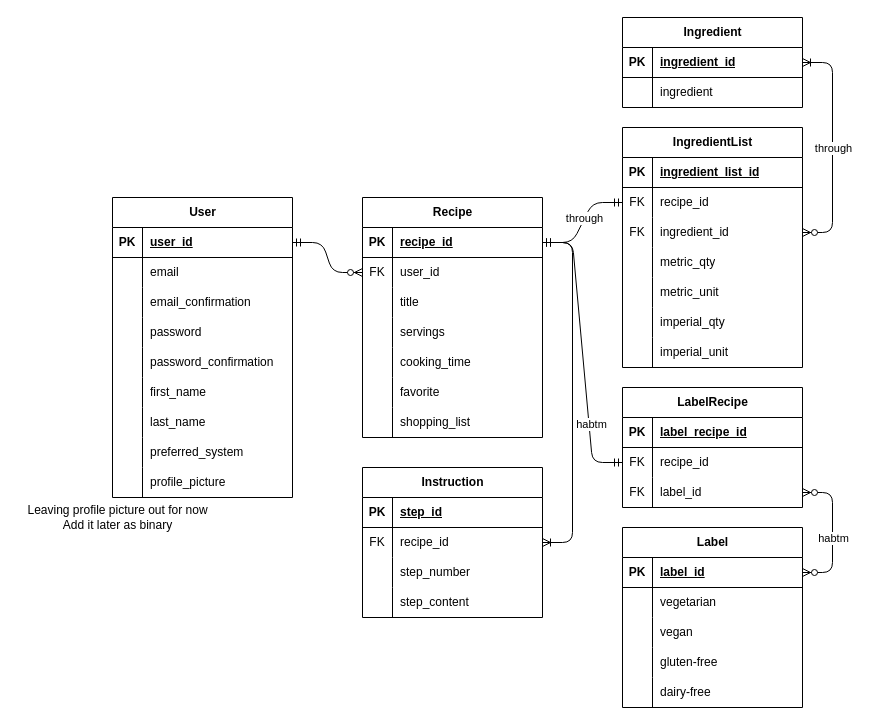
The draw.io diagram schema.drawio in AlineTaylor/recipe-manager-api, before the edit. Source tidied: cells renumbered, new cells numbered last; positions are measured from the earlier drawing's top-left corner, leaving out a move shared by most shapes. Both pictures are drawn from the tidied source at 100%, with x=0, y=0 at pixel (17, 17).
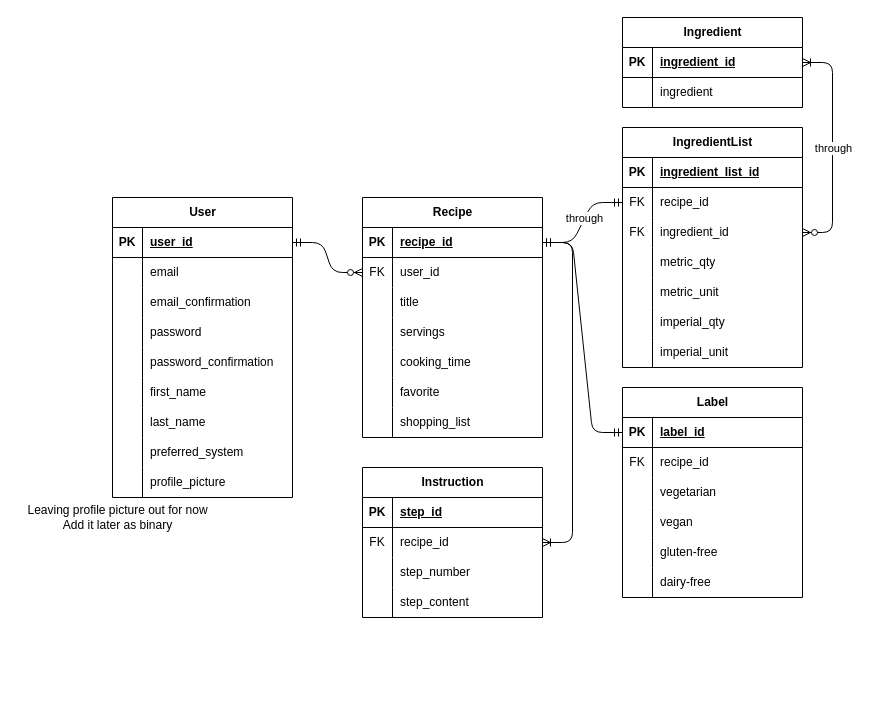
The same page after the edit.

The change refers to these unchanged cells:
```xml
<mxCell id="31" style="shape=tableRow;horizontal=0;startSize=0;swimlaneHead=0;swimlaneBody=0;fillColor=none;points=[[0,0.5],[1,0.5]];portConstraint=eastwest;top=0;left=0;right=0;bottom=1;" parent="30" vertex="1">
  <mxGeometry y="30" width="180" height="30" as="geometry" />
</mxCell>
<mxCell id="101" style="shape=tableRow;horizontal=0;startSize=0;swimlaneHead=0;swimlaneBody=0;fillColor=none;points=[[0,0.5],[1,0.5]];portConstraint=eastwest;top=0;left=0;right=0;bottom=1;" parent="100" vertex="1">
  <mxGeometry y="30" width="180" height="30" as="geometry" />
</mxCell>
<mxCell id="104" style="shape=tableRow;horizontal=0;startSize=0;swimlaneHead=0;swimlaneBody=0;fillColor=none;top=0;left=0;right=0;bottom=0;" parent="100" vertex="1">
  <mxGeometry y="60" width="180" height="30" as="geometry" />
</mxCell>
```

The edit, as a diff of the source:
```diff
@@
     <mxCell id="100" value="Label" style="shape=table;startSize=30;childLayout=tableLayout;rowLines=0;fontStyle=1;align=center;html=1;" parent="1" vertex="1">
-      <mxGeometry x="605" y="510" width="180" height="180" as="geometry" />
+      <mxGeometry x="605" y="370" width="180" height="210" as="geometry" />
     </mxCell>
@@
-    <mxCell id="105" style="shape=partialRectangle;fillColor=none;top=0;left=0;bottom=0;right=0;overflow=hidden;whiteSpace=wrap;html=1;" parent="104" vertex="1">
+    <mxCell id="105" value="FK" style="shape=partialRectangle;fillColor=none;top=0;left=0;bottom=0;right=0;overflow=hidden;whiteSpace=wrap;html=1;" parent="104" vertex="1">
       <mxGeometry width="30" height="30" as="geometry" />
     </mxCell>
-    <mxCell id="106" value="vegetarian" style="shape=partialRectangle;fillColor=none;top=0;left=0;bottom=0;right=0;align=left;spacingLeft=6;overflow=hidden;whiteSpace=wrap;html=1;" parent="104" vertex="1">
+    <mxCell id="106" value="recipe_id" style="shape=partialRectangle;fillColor=none;top=0;left=0;bottom=0;right=0;align=left;spacingLeft=6;overflow=hidden;whiteSpace=wrap;html=1;" parent="104" vertex="1">
       <mxGeometry x="30" width="150" height="30" as="geometry" />
     </mxCell>
+    <mxCell id="123" style="shape=tableRow;horizontal=0;startSize=0;swimlaneHead=0;swimlaneBody=0;fillColor=none;points=[[0,0.5],[1,0.5]];portConstraint=eastwest;top=0;left=0;right=0;bottom=0;" parent="100" vertex="1">
+      <mxGeometry y="90" width="180" height="30" as="geometry" />
+    </mxCell>
+    <mxCell id="131" style="shape=partialRectangle;fillColor=none;top=0;left=0;bottom=0;right=0;overflow=hidden;whiteSpace=wrap;html=1;" parent="123" vertex="1">
+      <mxGeometry width="30" height="30" as="geometry" />
+    </mxCell>
+    <mxCell id="132" value="vegetarian" style="shape=partialRectangle;fillColor=none;top=0;left=0;bottom=0;right=0;align=left;spacingLeft=6;overflow=hidden;whiteSpace=wrap;html=1;" parent="123" vertex="1">
+      <mxGeometry x="30" width="150" height="30" as="geometry" />
+    </mxCell>
     <mxCell id="107" style="shape=tableRow;horizontal=0;startSize=0;swimlaneHead=0;swimlaneBody=0;fillColor=none;top=0;left=0;right=0;bottom=0;" parent="100" vertex="1">
-      <mxGeometry y="90" width="180" height="30" as="geometry" />
+      <mxGeometry y="120" width="180" height="30" as="geometry" />
     </mxCell>
@@
     <mxCell id="110" style="shape=tableRow;horizontal=0;startSize=0;swimlaneHead=0;swimlaneBody=0;fillColor=none;top=0;left=0;right=0;bottom=0;" parent="100" vertex="1">
-      <mxGeometry y="120" width="180" height="30" as="geometry" />
+      <mxGeometry y="150" width="180" height="30" as="geometry" />
     </mxCell>
@@
     <mxCell id="113" style="shape=tableRow;horizontal=0;startSize=0;swimlaneHead=0;swimlaneBody=0;fillColor=none;top=0;left=0;right=0;bottom=0;" parent="100" vertex="1">
-      <mxGeometry y="150" width="180" height="30" as="geometry" />
+      <mxGeometry y="180" width="180" height="30" as="geometry" />
     </mxCell>
@@
-    <mxCell id="116" value="LabelRecipe" style="shape=table;startSize=30;childLayout=tableLayout;rowLines=0;fontStyle=1;align=center;html=1;" parent="1" vertex="1">
-      <mxGeometry x="605" y="370" width="180" height="120" as="geometry" />
-    </mxCell>
-    <mxCell id="117" style="shape=tableRow;horizontal=0;startSize=0;swimlaneHead=0;swimlaneBody=0;fillColor=none;top=0;left=0;right=0;bottom=1;" parent="116" vertex="1">
-      <mxGeometry y="30" width="180" height="30" as="geometry" />
-    </mxCell>
-    <mxCell id="118" value="PK" style="shape=partialRectangle;fillColor=none;top=0;left=0;bottom=0;right=0;fontStyle=1;overflow=hidden;whiteSpace=wrap;html=1;" parent="117" vertex="1">
-      <mxGeometry width="30" height="30" as="geometry" />
-    </mxCell>
-    <mxCell id="119" value="label_recipe_id" style="shape=partialRectangle;fillColor=none;top=0;left=0;bottom=0;right=0;align=left;spacingLeft=6;fontStyle=5;overflow=hidden;whiteSpace=wrap;html=1;" parent="117" vertex="1">
-      <mxGeometry x="30" width="150" height="30" as="geometry" />
-    </mxCell>
-    <mxCell id="120" style="shape=tableRow;horizontal=0;startSize=0;swimlaneHead=0;swimlaneBody=0;fillColor=none;points=[[0,0.5],[1,0.5]];portConstraint=eastwest;top=0;left=0;right=0;bottom=0;" parent="116" vertex="1">
-      <mxGeometry y="60" width="180" height="30" as="geometry" />
-    </mxCell>
-    <mxCell id="121" value="FK" style="shape=partialRectangle;fillColor=none;top=0;left=0;bottom=0;right=0;overflow=hidden;whiteSpace=wrap;html=1;" parent="120" vertex="1">
-      <mxGeometry width="30" height="30" as="geometry" />
-    </mxCell>
-    <mxCell id="122" value="recipe_id" style="shape=partialRectangle;fillColor=none;top=0;left=0;bottom=0;right=0;align=left;spacingLeft=6;overflow=hidden;whiteSpace=wrap;html=1;" parent="120" vertex="1">
-      <mxGeometry x="30" width="150" height="30" as="geometry" />
-    </mxCell>
-    <mxCell id="123" style="shape=tableRow;horizontal=0;startSize=0;swimlaneHead=0;swimlaneBody=0;fillColor=none;points=[[0,0.5],[1,0.5]];portConstraint=eastwest;top=0;left=0;right=0;bottom=0;" parent="116" vertex="1">
-      <mxGeometry y="90" width="180" height="30" as="geometry" />
-    </mxCell>
-    <mxCell id="124" value="FK" style="shape=partialRectangle;fillColor=none;top=0;left=0;bottom=0;right=0;overflow=hidden;whiteSpace=wrap;html=1;" parent="123" vertex="1">
-      <mxGeometry width="30" height="30" as="geometry" />
-    </mxCell>
-    <mxCell id="125" value="label_id" style="shape=partialRectangle;fillColor=none;top=0;left=0;bottom=0;right=0;align=left;spacingLeft=6;overflow=hidden;whiteSpace=wrap;html=1;" parent="123" vertex="1">
-      <mxGeometry x="30" width="150" height="30" as="geometry" />
-    </mxCell>
-    <mxCell id="126" style="edgeStyle=entityRelationEdgeStyle;fontSize=12;html=1;endArrow=ERmandOne;startArrow=ERmandOne;entryX=0;entryY=0.5;entryDx=0;entryDy=0;" parent="1" edge="1" source="31" target="120">
-      <mxGeometry relative="1" as="geometry" />
-    </mxCell>
-    <mxCell id="127" value="habtm" style="edgeLabel;html=1;align=center;verticalAlign=middle;" parent="126" vertex="1">
-      <mxGeometry x="0.51" y="2" relative="1" as="geometry" />
-    </mxCell>
-    <mxCell id="128" style="edgeStyle=entityRelationEdgeStyle;fontSize=12;html=1;endArrow=ERzeroToMany;endFill=1;startArrow=ERzeroToMany;" parent="1" edge="1" source="101" target="123">
-      <mxGeometry relative="1" as="geometry">
-        <Array as="points">
-          <mxPoint x="825" y="540" />
-        </Array>
-      </mxGeometry>
-    </mxCell>
-    <mxCell id="129" value="habtm" style="edgeLabel;html=1;align=center;verticalAlign=middle;" parent="128" vertex="1">
-      <mxGeometry x="0.03" relative="1" as="geometry">
-        <mxPoint y="7" as="offset" />
-      </mxGeometry>
-    </mxCell>
@@
+    <mxCell id="133" style="edgeStyle=entityRelationEdgeStyle;fontSize=12;html=1;endArrow=ERmandOne;startArrow=ERmandOne;exitX=1;exitY=0.5;exitDx=0;exitDy=0;entryX=0;entryY=0.5;entryDx=0;entryDy=0;" parent="1" edge="1" source="31" target="101">
+      <mxGeometry relative="1" as="geometry">
+        <Array as="points">
+          <mxPoint x="560" y="250" />
+        </Array>
+      </mxGeometry>
+    </mxCell>
```
